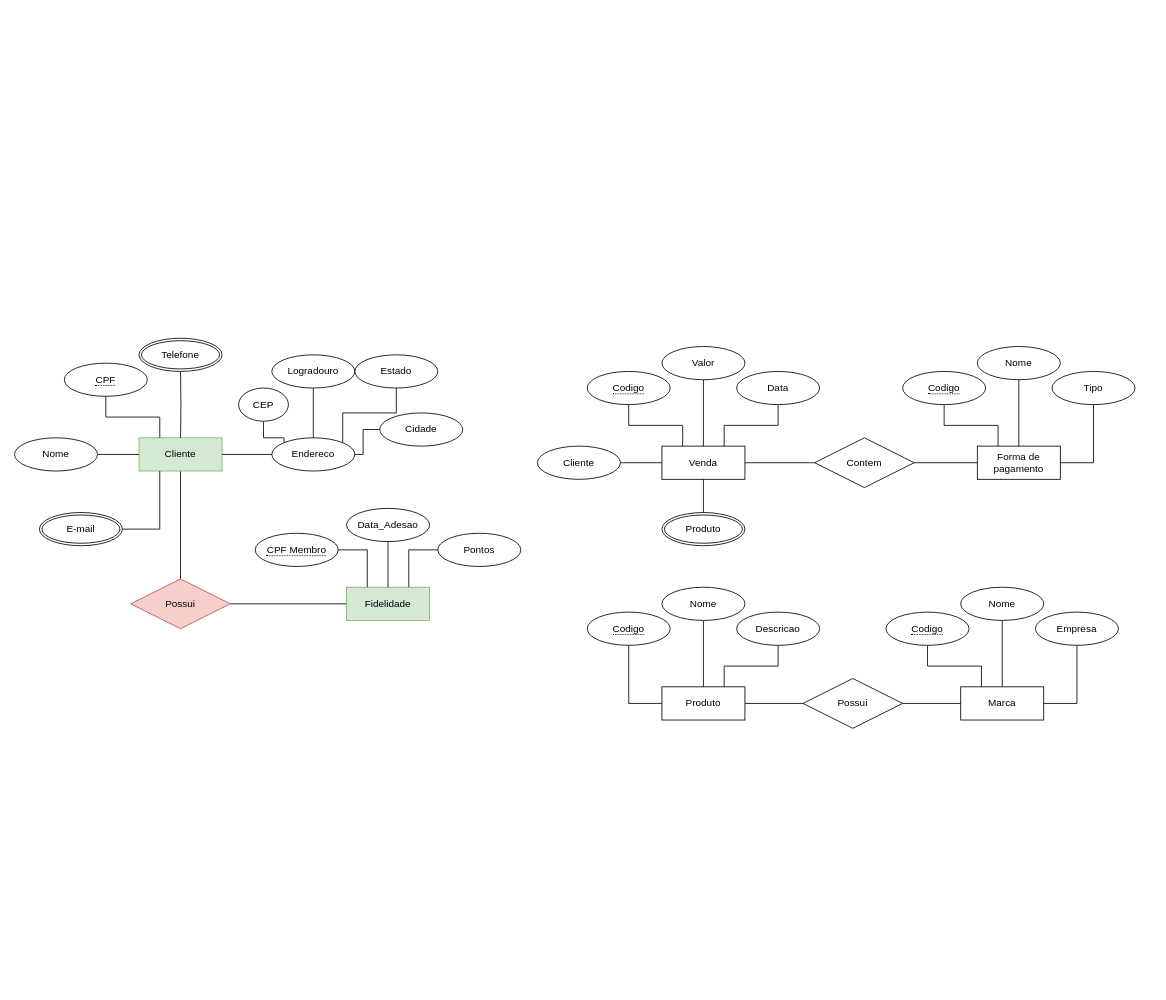
The draw.io diagram mer.drawio in diegohfcelestino/arquitetura, before the edit. Source tidied: cells renumbered, new cells numbered last; positions are measured from the earlier drawing's top-left corner, leaving out a move shared by most shapes. Both pictures are drawn from the tidied source at 83%, with x=0, y=0 at pixel (14, 338).
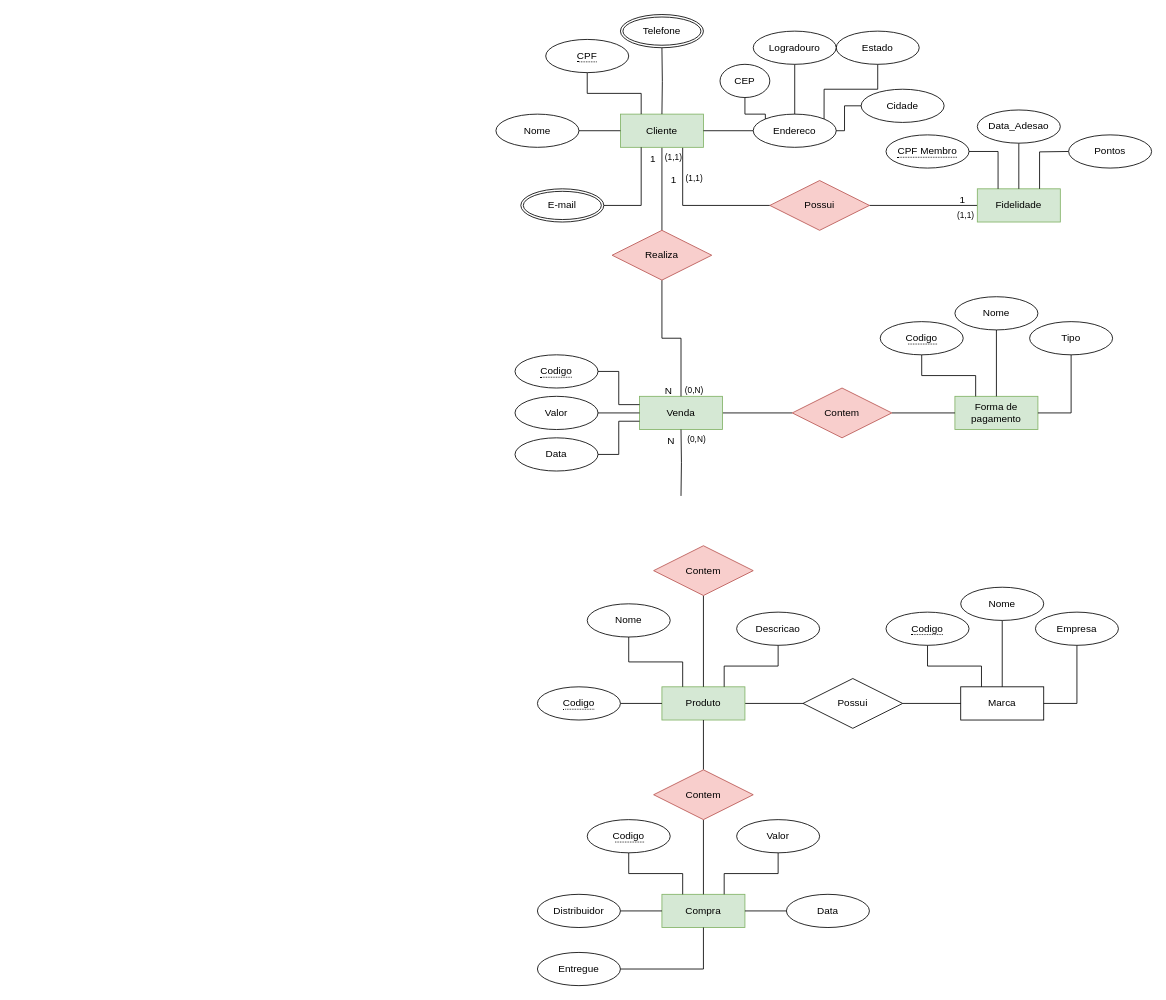
The same page after the edit.

Change to the diagram source:
```diff
@@
-    <mxCell id="2" value="Forma de pagamento" style="whiteSpace=wrap;html=1;align=center;" parent="1" vertex="1">
-      <mxGeometry x="1160" y="130" width="100" height="40" as="geometry" />
+    <mxCell id="2" value="Forma de pagamento" style="whiteSpace=wrap;html=1;align=center;fillColor=#d5e8d4;strokeColor=#82b366;" parent="1" vertex="1">
+      <mxGeometry x="1133" y="70" width="100" height="40" as="geometry" />
     </mxCell>
@@
     <mxCell id="4" value="Nome" style="ellipse;whiteSpace=wrap;html=1;align=center;" parent="1" vertex="1">
-      <mxGeometry x="1160" y="10" width="100" height="40" as="geometry" />
+      <mxGeometry x="1133" y="-50" width="100" height="40" as="geometry" />
     </mxCell>
@@
     <mxCell id="6" value="Tipo" style="ellipse;whiteSpace=wrap;html=1;align=center;" parent="1" vertex="1">
-      <mxGeometry x="1250" y="40" width="100" height="40" as="geometry" />
+      <mxGeometry x="1223" y="-20" width="100" height="40" as="geometry" />
     </mxCell>
@@
     <mxCell id="8" value="&lt;span style=&quot;border-bottom: 1px dotted&quot;&gt;Codigo&lt;br&gt;&lt;/span&gt;" style="ellipse;whiteSpace=wrap;html=1;align=center;" parent="1" vertex="1">
-      <mxGeometry x="1070" y="40" width="100" height="40" as="geometry" />
+      <mxGeometry x="1043" y="-20" width="100" height="40" as="geometry" />
     </mxCell>
@@
-    <mxCell id="10" value="Produto" style="whiteSpace=wrap;html=1;align=center;" parent="1" vertex="1">
+    <mxCell id="10" value="Produto" style="whiteSpace=wrap;html=1;align=center;fillColor=#d5e8d4;strokeColor=#82b366;" parent="1" vertex="1">
       <mxGeometry x="780" y="420" width="100" height="40" as="geometry" />
     </mxCell>
-    <mxCell id="11" style="edgeStyle=orthogonalEdgeStyle;rounded=0;jettySize=auto;html=1;endArrow=none;endFill=0;" parent="1" edge="1" source="12" target="10">
+    <mxCell id="11" style="edgeStyle=orthogonalEdgeStyle;rounded=0;jettySize=auto;html=1;endArrow=none;endFill=0;entryX=0.25;entryY=0;entryDx=0;entryDy=0;" parent="1" edge="1" source="12" target="10">
       <mxGeometry relative="1" as="geometry" />
     </mxCell>
     <mxCell id="12" value="Nome" style="ellipse;whiteSpace=wrap;html=1;align=center;" parent="1" vertex="1">
-      <mxGeometry x="780" y="300" width="100" height="40" as="geometry" />
+      <mxGeometry x="690" y="320" width="100" height="40" as="geometry" />
     </mxCell>
@@
     <mxCell id="16" value="&lt;span style=&quot;border-bottom: 1px dotted&quot;&gt;Codigo&lt;br&gt;&lt;/span&gt;" style="ellipse;whiteSpace=wrap;html=1;align=center;" parent="1" vertex="1">
-      <mxGeometry x="690" y="330" width="100" height="40" as="geometry" />
+      <mxGeometry x="630" y="420" width="100" height="40" as="geometry" />
     </mxCell>
@@
-    <mxCell id="25" value="Venda" style="whiteSpace=wrap;html=1;align=center;" parent="1" vertex="1">
-      <mxGeometry x="780" y="130" width="100" height="40" as="geometry" />
+    <mxCell id="25" value="Venda" style="whiteSpace=wrap;html=1;align=center;fillColor=#d5e8d4;strokeColor=#82b366;" parent="1" vertex="1">
+      <mxGeometry x="753" y="70" width="100" height="40" as="geometry" />
     </mxCell>
@@
     <mxCell id="27" value="Valor" style="ellipse;whiteSpace=wrap;html=1;align=center;" parent="1" vertex="1">
-      <mxGeometry x="780" y="10" width="100" height="40" as="geometry" />
+      <mxGeometry x="603" y="70" width="100" height="40" as="geometry" />
     </mxCell>
-    <mxCell id="28" style="edgeStyle=orthogonalEdgeStyle;rounded=0;jettySize=auto;html=1;entryX=0.75;entryY=0;entryDx=0;entryDy=0;endArrow=none;endFill=0;" parent="1" edge="1" source="29" target="25">
+    <mxCell id="28" style="edgeStyle=orthogonalEdgeStyle;rounded=0;jettySize=auto;html=1;entryX=0;entryY=0.75;entryDx=0;entryDy=0;endArrow=none;endFill=0;" parent="1" edge="1" source="29" target="25">
       <mxGeometry relative="1" as="geometry" />
     </mxCell>
     <mxCell id="29" value="Data" style="ellipse;whiteSpace=wrap;html=1;align=center;" parent="1" vertex="1">
-      <mxGeometry x="870" y="40" width="100" height="40" as="geometry" />
+      <mxGeometry x="603" y="120" width="100" height="40" as="geometry" />
     </mxCell>
-    <mxCell id="30" style="edgeStyle=orthogonalEdgeStyle;rounded=0;jettySize=auto;html=1;endArrow=none;endFill=0;entryX=0.25;entryY=0;entryDx=0;entryDy=0;" parent="1" edge="1" source="31" target="25">
+    <mxCell id="30" style="edgeStyle=orthogonalEdgeStyle;rounded=0;jettySize=auto;html=1;endArrow=none;endFill=0;entryX=0;entryY=0.25;entryDx=0;entryDy=0;" parent="1" edge="1" source="31" target="25">
       <mxGeometry relative="1" as="geometry" />
     </mxCell>
     <mxCell id="31" value="&lt;span style=&quot;border-bottom: 1px dotted&quot;&gt;Codigo&lt;br&gt;&lt;/span&gt;" style="ellipse;whiteSpace=wrap;html=1;align=center;" parent="1" vertex="1">
-      <mxGeometry x="690" y="40" width="100" height="40" as="geometry" />
+      <mxGeometry x="603" y="20" width="100" height="40" as="geometry" />
     </mxCell>
@@
-    <mxCell id="33" value="Contem" style="shape=rhombus;perimeter=rhombusPerimeter;whiteSpace=wrap;html=1;align=center;" parent="1" vertex="1">
-      <mxGeometry x="964" y="120" width="120" height="60" as="geometry" />
+    <mxCell id="33" value="Contem" style="shape=rhombus;perimeter=rhombusPerimeter;whiteSpace=wrap;html=1;align=center;fillColor=#f8cecc;strokeColor=#b85450;" parent="1" vertex="1">
+      <mxGeometry x="937" y="60" width="120" height="60" as="geometry" />
     </mxCell>
-    <mxCell id="34" style="edgeStyle=orthogonalEdgeStyle;rounded=0;jettySize=auto;html=1;endArrow=none;endFill=0;" parent="1" edge="1" source="35" target="25">
-      <mxGeometry relative="1" as="geometry" />
-    </mxCell>
-    <mxCell id="35" value="Cliente" style="ellipse;whiteSpace=wrap;html=1;align=center;" parent="1" vertex="1">
-      <mxGeometry x="630" y="130" width="100" height="40" as="geometry" />
-    </mxCell>
-    <mxCell id="36" style="edgeStyle=orthogonalEdgeStyle;rounded=0;jettySize=auto;html=1;endArrow=none;endFill=0;" parent="1" edge="1" source="37" target="25">
-      <mxGeometry relative="1" as="geometry" />
-    </mxCell>
-    <mxCell id="37" value="Produto" style="ellipse;shape=doubleEllipse;margin=3;whiteSpace=wrap;html=1;align=center;" parent="1" vertex="1">
-      <mxGeometry x="780" y="210" width="100" height="40" as="geometry" />
-    </mxCell>
@@
-    <mxCell id="40" style="edgeStyle=orthogonalEdgeStyle;rounded=0;jettySize=auto;html=1;entryX=0.5;entryY=0;entryDx=0;entryDy=0;endArrow=none;endFill=0;" parent="1" edge="1" source="41" target="61">
+    <mxCell id="40" style="edgeStyle=orthogonalEdgeStyle;rounded=0;jettySize=auto;html=1;entryX=0;entryY=0.5;entryDx=0;entryDy=0;endArrow=none;endFill=0;exitX=0.75;exitY=1;exitDx=0;exitDy=0;" parent="1" edge="1" source="41" target="61">
       <mxGeometry relative="1" as="geometry" />
     </mxCell>
+    <mxCell id="69" style="edgeStyle=orthogonalEdgeStyle;rounded=0;jettySize=auto;html=1;endArrow=none;endFill=0;" parent="1" edge="1" source="41" target="88">
+      <mxGeometry relative="1" as="geometry" />
+    </mxCell>
     <mxCell id="41" value="Cliente" style="whiteSpace=wrap;html=1;align=center;fillColor=#d5e8d4;strokeColor=#82b366;" parent="1" vertex="1">
-      <mxGeometry x="150" y="120" width="100" height="40" as="geometry" />
+      <mxGeometry x="730" y="-270" width="100" height="40" as="geometry" />
     </mxCell>
     <mxCell id="42" style="edgeStyle=orthogonalEdgeStyle;rounded=0;jettySize=auto;html=1;endArrow=none;endFill=0;" parent="1" edge="1" target="41">
       <mxGeometry relative="1" as="geometry">
-        <mxPoint x="200" y="40" as="sourcePoint" />
+        <mxPoint x="780" y="-350" as="sourcePoint" />
       </mxGeometry>
     </mxCell>
@@
     <mxCell id="44" value="&lt;span style=&quot;border-bottom: 1px dotted&quot;&gt;CPF&lt;br&gt;&lt;/span&gt;" style="ellipse;whiteSpace=wrap;html=1;align=center;" parent="1" vertex="1">
-      <mxGeometry x="60" y="30" width="100" height="40" as="geometry" />
+      <mxGeometry x="640" y="-360" width="100" height="40" as="geometry" />
     </mxCell>
@@
     <mxCell id="46" value="Nome" style="ellipse;whiteSpace=wrap;html=1;align=center;" parent="1" vertex="1">
-      <mxGeometry y="120" width="100" height="40" as="geometry" />
+      <mxGeometry x="580" y="-270" width="100" height="40" as="geometry" />
     </mxCell>
@@
     <mxCell id="48" value="E-mail" style="ellipse;shape=doubleEllipse;margin=3;whiteSpace=wrap;html=1;align=center;" parent="1" vertex="1">
-      <mxGeometry x="30" y="210" width="100" height="40" as="geometry" />
+      <mxGeometry x="610" y="-180" width="100" height="40" as="geometry" />
     </mxCell>
     <mxCell id="49" value="Telefone" style="ellipse;shape=doubleEllipse;margin=3;whiteSpace=wrap;html=1;align=center;" parent="1" vertex="1">
-      <mxGeometry x="150" width="100" height="40" as="geometry" />
+      <mxGeometry x="730" y="-390" width="100" height="40" as="geometry" />
     </mxCell>
@@
     <mxCell id="51" value="Endereco" style="ellipse;whiteSpace=wrap;html=1;align=center;" parent="1" vertex="1">
-      <mxGeometry x="310" y="120" width="100" height="40" as="geometry" />
+      <mxGeometry x="890" y="-270" width="100" height="40" as="geometry" />
     </mxCell>
@@
     <mxCell id="53" value="Cidade" style="ellipse;whiteSpace=wrap;html=1;align=center;" parent="1" vertex="1">
-      <mxGeometry x="440" y="90" width="100" height="40" as="geometry" />
+      <mxGeometry x="1020" y="-300" width="100" height="40" as="geometry" />
     </mxCell>
@@
     <mxCell id="55" value="Estado" style="ellipse;whiteSpace=wrap;html=1;align=center;" parent="1" vertex="1">
-      <mxGeometry x="410" y="20" width="100" height="40" as="geometry" />
+      <mxGeometry x="990" y="-370" width="100" height="40" as="geometry" />
     </mxCell>
@@
     <mxCell id="57" value="Logradouro" style="ellipse;whiteSpace=wrap;html=1;align=center;" parent="1" vertex="1">
-      <mxGeometry x="310" y="20" width="100" height="40" as="geometry" />
+      <mxGeometry x="890" y="-370" width="100" height="40" as="geometry" />
     </mxCell>
@@
     <mxCell id="59" value="CEP" style="ellipse;whiteSpace=wrap;html=1;align=center;" parent="1" vertex="1">
-      <mxGeometry x="270" y="60" width="60" height="40" as="geometry" />
+      <mxGeometry x="850" y="-330" width="60" height="40" as="geometry" />
     </mxCell>
@@
     <mxCell id="61" value="Possui" style="shape=rhombus;perimeter=rhombusPerimeter;whiteSpace=wrap;html=1;align=center;fillColor=#f8cecc;strokeColor=#b85450;" parent="1" vertex="1">
-      <mxGeometry x="140" y="290" width="120" height="60" as="geometry" />
+      <mxGeometry x="910" y="-190" width="120" height="60" as="geometry" />
     </mxCell>
     <mxCell id="62" value="Fidelidade" style="whiteSpace=wrap;html=1;align=center;fillColor=#d5e8d4;strokeColor=#82b366;" parent="1" vertex="1">
-      <mxGeometry x="400" y="300" width="100" height="40" as="geometry" />
+      <mxGeometry x="1160" y="-180" width="100" height="40" as="geometry" />
     </mxCell>
@@
     <mxCell id="64" value="Data_Adesao" style="ellipse;whiteSpace=wrap;html=1;align=center;" parent="1" vertex="1">
-      <mxGeometry x="400" y="205" width="100" height="40" as="geometry" />
+      <mxGeometry x="1160" y="-275" width="100" height="40" as="geometry" />
     </mxCell>
-    <mxCell id="65" style="edgeStyle=orthogonalEdgeStyle;rounded=0;jettySize=auto;html=1;entryX=0.75;entryY=0;entryDx=0;entryDy=0;endArrow=none;endFill=0;" parent="1" edge="1" source="66" target="62">
-      <mxGeometry relative="1" as="geometry" />
+    <mxCell id="65" style="edgeStyle=orthogonalEdgeStyle;rounded=0;jettySize=auto;html=1;entryX=0.75;entryY=0;entryDx=0;entryDy=0;endArrow=none;endFill=0;" parent="1" edge="1" target="62">
+      <mxGeometry relative="1" as="geometry">
+        <mxPoint x="1270" y="-225" as="sourcePoint" />
+      </mxGeometry>
     </mxCell>
     <mxCell id="66" value="Pontos" style="ellipse;whiteSpace=wrap;html=1;align=center;" parent="1" vertex="1">
-      <mxGeometry x="510" y="235" width="100" height="40" as="geometry" />
+      <mxGeometry x="1270" y="-245" width="100" height="40" as="geometry" />
     </mxCell>
@@
     <mxCell id="68" value="&lt;span style=&quot;border-bottom: 1px dotted&quot;&gt;CPF Membro&lt;br&gt;&lt;/span&gt;" style="ellipse;whiteSpace=wrap;html=1;align=center;" parent="1" vertex="1">
-      <mxGeometry x="290" y="235" width="100" height="40" as="geometry" />
+      <mxGeometry x="1050" y="-245" width="100" height="40" as="geometry" />
     </mxCell>
+    <mxCell id="70" value="Compra" style="whiteSpace=wrap;html=1;align=center;fillColor=#d5e8d4;strokeColor=#82b366;" parent="1" vertex="1">
+      <mxGeometry x="780" y="670" width="100" height="40" as="geometry" />
+    </mxCell>
+    <mxCell id="71" style="edgeStyle=orthogonalEdgeStyle;rounded=0;jettySize=auto;html=1;endArrow=none;endFill=0;entryX=0.75;entryY=0;entryDx=0;entryDy=0;" parent="1" edge="1" source="72" target="70">
+      <mxGeometry relative="1" as="geometry" />
+    </mxCell>
+    <mxCell id="72" value="Valor" style="ellipse;whiteSpace=wrap;html=1;align=center;" parent="1" vertex="1">
+      <mxGeometry x="870" y="580" width="100" height="40" as="geometry" />
+    </mxCell>
+    <mxCell id="73" style="edgeStyle=orthogonalEdgeStyle;rounded=0;jettySize=auto;html=1;entryX=1;entryY=0.5;entryDx=0;entryDy=0;endArrow=none;endFill=0;" parent="1" edge="1" source="74" target="70">
+      <mxGeometry relative="1" as="geometry" />
+    </mxCell>
+    <mxCell id="74" value="Data" style="ellipse;whiteSpace=wrap;html=1;align=center;" parent="1" vertex="1">
+      <mxGeometry x="930" y="670" width="100" height="40" as="geometry" />
+    </mxCell>
+    <mxCell id="75" style="edgeStyle=orthogonalEdgeStyle;rounded=0;jettySize=auto;html=1;endArrow=none;endFill=0;entryX=0.25;entryY=0;entryDx=0;entryDy=0;" parent="1" edge="1" source="76" target="70">
+      <mxGeometry relative="1" as="geometry" />
+    </mxCell>
+    <mxCell id="76" value="&lt;span style=&quot;border-bottom: 1px dotted&quot;&gt;Codigo&lt;br&gt;&lt;/span&gt;" style="ellipse;whiteSpace=wrap;html=1;align=center;" parent="1" vertex="1">
+      <mxGeometry x="690" y="580" width="100" height="40" as="geometry" />
+    </mxCell>
+    <mxCell id="77" style="edgeStyle=orthogonalEdgeStyle;rounded=0;jettySize=auto;html=1;endArrow=none;endFill=0;" parent="1" edge="1" source="78" target="70">
+      <mxGeometry relative="1" as="geometry" />
+    </mxCell>
+    <mxCell id="78" value="Distribuidor" style="ellipse;whiteSpace=wrap;html=1;align=center;" parent="1" vertex="1">
+      <mxGeometry x="630" y="670" width="100" height="40" as="geometry" />
+    </mxCell>
+    <mxCell id="79" style="edgeStyle=orthogonalEdgeStyle;rounded=0;jettySize=auto;html=1;entryX=0.5;entryY=1;entryDx=0;entryDy=0;endArrow=none;endFill=0;" parent="1" edge="1" source="80" target="70">
+      <mxGeometry relative="1" as="geometry" />
+    </mxCell>
+    <mxCell id="80" value="Entregue" style="ellipse;whiteSpace=wrap;html=1;align=center;" parent="1" vertex="1">
+      <mxGeometry x="630" y="740" width="100" height="40" as="geometry" />
+    </mxCell>
+    <mxCell id="81" style="edgeStyle=orthogonalEdgeStyle;rounded=0;jettySize=auto;html=1;endArrow=none;endFill=0;" parent="1" edge="1" source="83" target="10">
+      <mxGeometry relative="1" as="geometry" />
+    </mxCell>
+    <mxCell id="82" style="edgeStyle=orthogonalEdgeStyle;rounded=0;jettySize=auto;html=1;endArrow=none;endFill=0;" parent="1" edge="1" source="83" target="70">
+      <mxGeometry relative="1" as="geometry" />
+    </mxCell>
+    <mxCell id="83" value="Contem" style="shape=rhombus;perimeter=rhombusPerimeter;whiteSpace=wrap;html=1;align=center;fillColor=#f8cecc;strokeColor=#b85450;" parent="1" vertex="1">
+      <mxGeometry x="770" y="520" width="120" height="60" as="geometry" />
+    </mxCell>
+    <mxCell id="84" style="edgeStyle=orthogonalEdgeStyle;rounded=0;jettySize=auto;html=1;endArrow=none;endFill=0;" parent="1" edge="1" target="25">
+      <mxGeometry relative="1" as="geometry">
+        <mxPoint x="803" y="190" as="sourcePoint" />
+      </mxGeometry>
+    </mxCell>
+    <mxCell id="85" style="edgeStyle=orthogonalEdgeStyle;rounded=0;jettySize=auto;html=1;endArrow=none;endFill=0;" parent="1" edge="1" source="86" target="10">
+      <mxGeometry relative="1" as="geometry" />
+    </mxCell>
+    <mxCell id="86" value="Contem" style="shape=rhombus;perimeter=rhombusPerimeter;whiteSpace=wrap;html=1;align=center;fillColor=#f8cecc;strokeColor=#b85450;" parent="1" vertex="1">
+      <mxGeometry x="770" y="250" width="120" height="60" as="geometry" />
+    </mxCell>
+    <mxCell id="87" style="edgeStyle=orthogonalEdgeStyle;rounded=0;jettySize=auto;html=1;entryX=0.5;entryY=0;entryDx=0;entryDy=0;endArrow=none;endFill=0;" parent="1" edge="1" source="88" target="25">
+      <mxGeometry relative="1" as="geometry" />
+    </mxCell>
+    <mxCell id="88" value="Realiza" style="shape=rhombus;perimeter=rhombusPerimeter;whiteSpace=wrap;html=1;align=center;fillColor=#f8cecc;strokeColor=#b85450;" parent="1" vertex="1">
+      <mxGeometry x="720" y="-130" width="120" height="60" as="geometry" />
+    </mxCell>
+    <mxCell id="89" value="1" style="text;strokeColor=none;fillColor=none;spacingLeft=4;spacingRight=4;overflow=hidden;fontSize=12;" parent="1" vertex="1">
+      <mxGeometry x="760" y="-230" width="20" height="20" as="geometry" />
+    </mxCell>
+    <mxCell id="90" value="(1,1)" style="text;strokeColor=none;fillColor=none;spacingLeft=4;spacingRight=4;overflow=hidden;fontSize=10;strokeWidth=0;" parent="1" vertex="1">
+      <mxGeometry x="778" y="-230" width="50" height="30" as="geometry" />
+    </mxCell>
+    <mxCell id="91" value="1" style="text;strokeColor=none;fillColor=none;spacingLeft=4;spacingRight=4;overflow=hidden;fontSize=12;" parent="1" vertex="1">
+      <mxGeometry x="785" y="-205" width="20" height="20" as="geometry" />
+    </mxCell>
+    <mxCell id="92" value="(1,1)" style="text;strokeColor=none;fillColor=none;spacingLeft=4;spacingRight=4;overflow=hidden;fontSize=10;strokeWidth=0;" parent="1" vertex="1">
+      <mxGeometry x="803" y="-205" width="50" height="30" as="geometry" />
+    </mxCell>
+    <mxCell id="93" value="1" style="text;strokeColor=none;fillColor=none;spacingLeft=4;spacingRight=4;overflow=hidden;fontSize=12;" parent="1" vertex="1">
+      <mxGeometry x="1133" y="-180" width="20" height="20" as="geometry" />
+    </mxCell>
+    <mxCell id="94" value="(1,1)" style="text;strokeColor=none;fillColor=none;spacingLeft=4;spacingRight=4;overflow=hidden;fontSize=10;strokeWidth=0;" parent="1" vertex="1">
+      <mxGeometry x="1130" y="-160" width="50" height="30" as="geometry" />
+    </mxCell>
+    <mxCell id="95" value="N" style="text;strokeColor=none;fillColor=none;spacingLeft=4;spacingRight=4;overflow=hidden;fontSize=12;" parent="1" vertex="1">
+      <mxGeometry x="778" y="50" width="26" height="20" as="geometry" />
+    </mxCell>
+    <mxCell id="96" value="(0,N)&#10;" style="text;strokeColor=none;fillColor=none;spacingLeft=4;spacingRight=4;overflow=hidden;fontSize=10;strokeWidth=0;" parent="1" vertex="1">
+      <mxGeometry x="802" y="50" width="35" height="20" as="geometry" />
+    </mxCell>
+    <mxCell id="97" value="N" style="text;strokeColor=none;fillColor=none;spacingLeft=4;spacingRight=4;overflow=hidden;fontSize=12;" parent="1" vertex="1">
+      <mxGeometry x="781" y="110" width="26" height="20" as="geometry" />
+    </mxCell>
+    <mxCell id="98" value="(0,N)&#10;" style="text;strokeColor=none;fillColor=none;spacingLeft=4;spacingRight=4;overflow=hidden;fontSize=10;strokeWidth=0;" parent="1" vertex="1">
+      <mxGeometry x="805" y="110" width="35" height="20" as="geometry" />
+    </mxCell>
```
